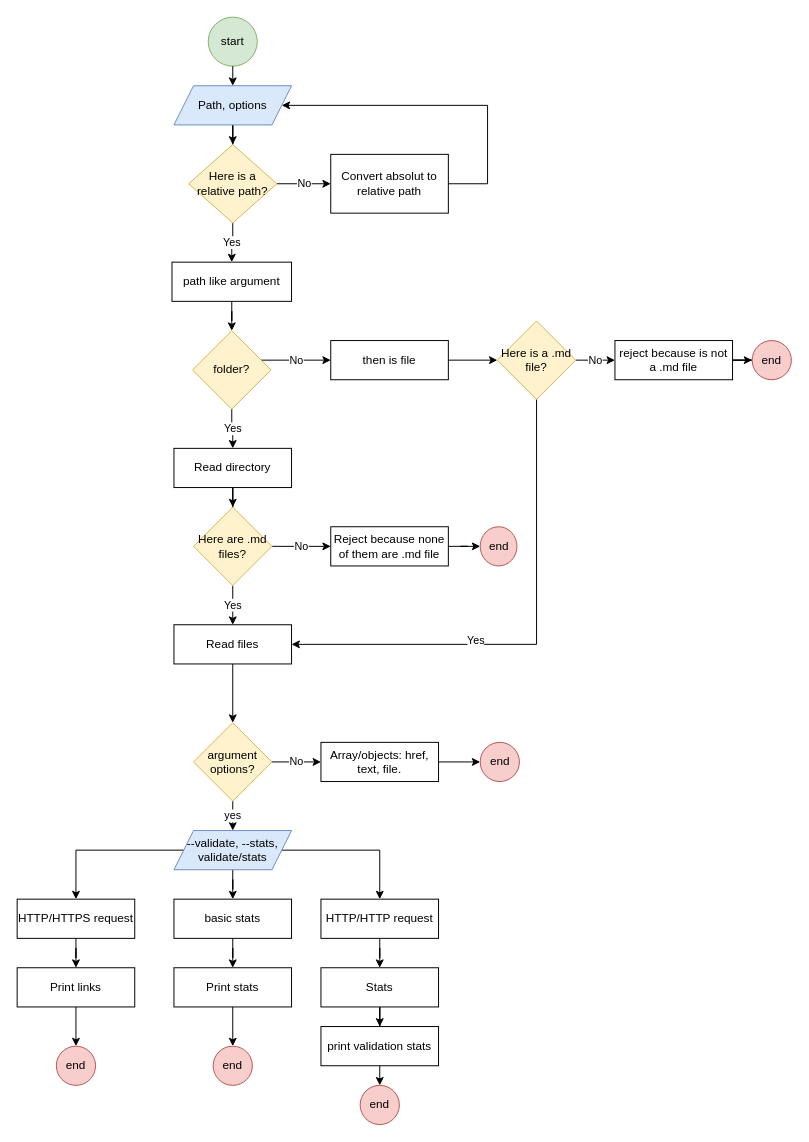
The draw.io diagram Untitled Diagram.drawio in Malejandraib/bog001-md-links, before the edit. Source tidied: cells renumbered, new cells numbered last; positions are measured from the earlier drawing's top-left corner, leaving out a move shared by most shapes. Both pictures are drawn from the tidied source at 98%, with x=0, y=0 at pixel (17, 17).
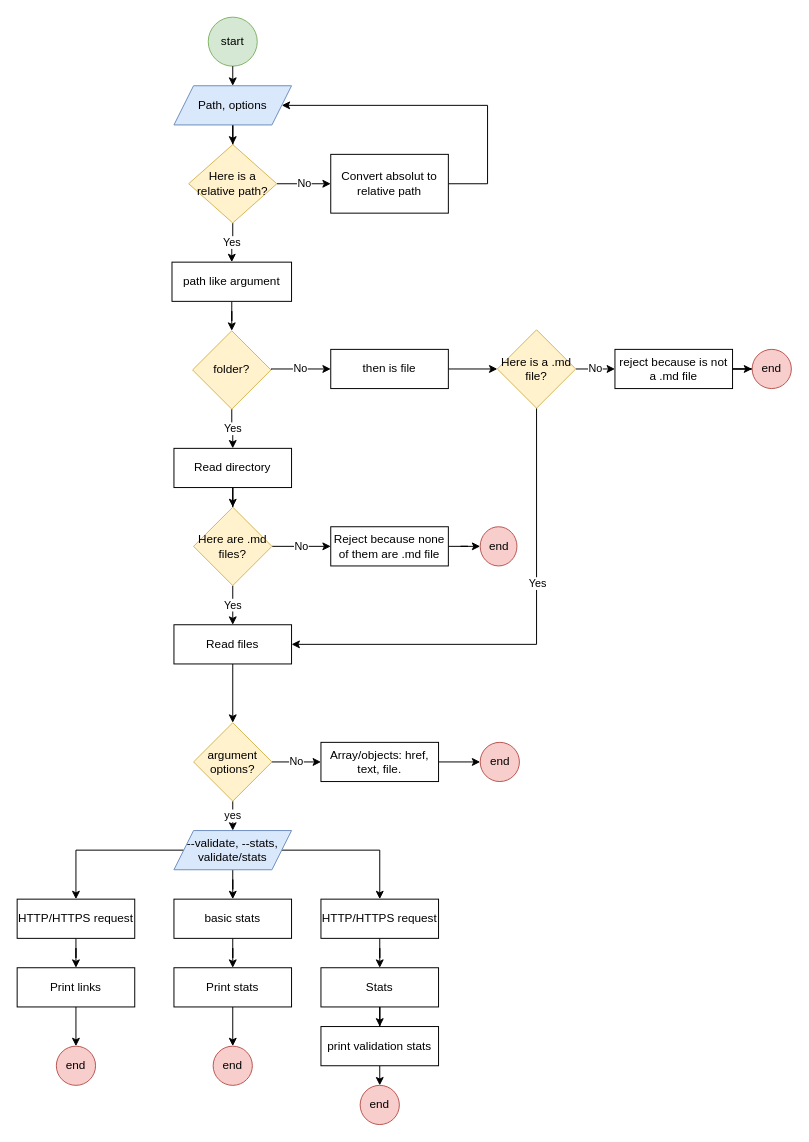
The same diagram, later.

Commit message:
mdlinks final flowchart

The change refers to these unchanged cells:
```xml
<mxCell id="17" value="folder?" style="rhombus;whiteSpace=wrap;html=1;rounded=0;fillColor=#fff2cc;strokeColor=#d6b656;" parent="1" vertex="1">
  <mxGeometry x="179" y="320" width="80" height="80" as="geometry" />
</mxCell>
```

What changed in the source:
```diff
@@
-    <mxCell id="15" value="No" style="edgeStyle=orthogonalEdgeStyle;rounded=0;jettySize=auto;html=1;" parent="1" edge="1" source="17" target="19">
+    <mxCell id="15" value="No" style="edgeStyle=orthogonalEdgeStyle;rounded=0;jettySize=auto;html=1;exitX=1;exitY=0.5;exitDx=0;exitDy=0;" parent="1" edge="1" source="17" target="19">
       <mxGeometry relative="1" as="geometry">
         <Array as="points">
-          <mxPoint x="290" y="350" />
-          <mxPoint x="290" y="350" />
+          <mxPoint x="259" y="359" />
         </Array>
       </mxGeometry>
     </mxCell>
@@
     <mxCell id="19" value="then is file" style="whiteSpace=wrap;html=1;rounded=0;" parent="1" vertex="1">
-      <mxGeometry x="320" y="330" width="120" height="40" as="geometry" />
+      <mxGeometry x="320" y="339" width="120" height="40" as="geometry" />
     </mxCell>
@@
     <mxCell id="33" value="Here is a .md file?" style="rhombus;whiteSpace=wrap;html=1;rounded=0;fillColor=#fff2cc;strokeColor=#d6b656;" parent="1" vertex="1">
-      <mxGeometry x="490" y="310" width="80" height="80" as="geometry" />
+      <mxGeometry x="490" y="319" width="80" height="80" as="geometry" />
     </mxCell>
@@
     <mxCell id="35" value="reject because is not a .md file" style="whiteSpace=wrap;html=1;rounded=0;" parent="1" vertex="1">
-      <mxGeometry x="610" y="330" width="120" height="40" as="geometry" />
+      <mxGeometry x="610" y="339" width="120" height="40" as="geometry" />
     </mxCell>
     <mxCell id="36" value="end" style="ellipse;whiteSpace=wrap;html=1;rounded=0;fillColor=#f8cecc;strokeColor=#b85450;" parent="1" vertex="1">
-      <mxGeometry x="750" y="330" width="40" height="40" as="geometry" />
+      <mxGeometry x="750" y="339" width="40" height="40" as="geometry" />
     </mxCell>
@@
-    <mxCell id="52" value="HTTP/HTTP request" style="whiteSpace=wrap;html=1;rounded=0;" parent="1" vertex="1">
+    <mxCell id="52" value="HTTP/HTTPS request" style="whiteSpace=wrap;html=1;rounded=0;" parent="1" vertex="1">
       <mxGeometry x="310" y="900" width="120" height="40" as="geometry" />
     </mxCell>
```
